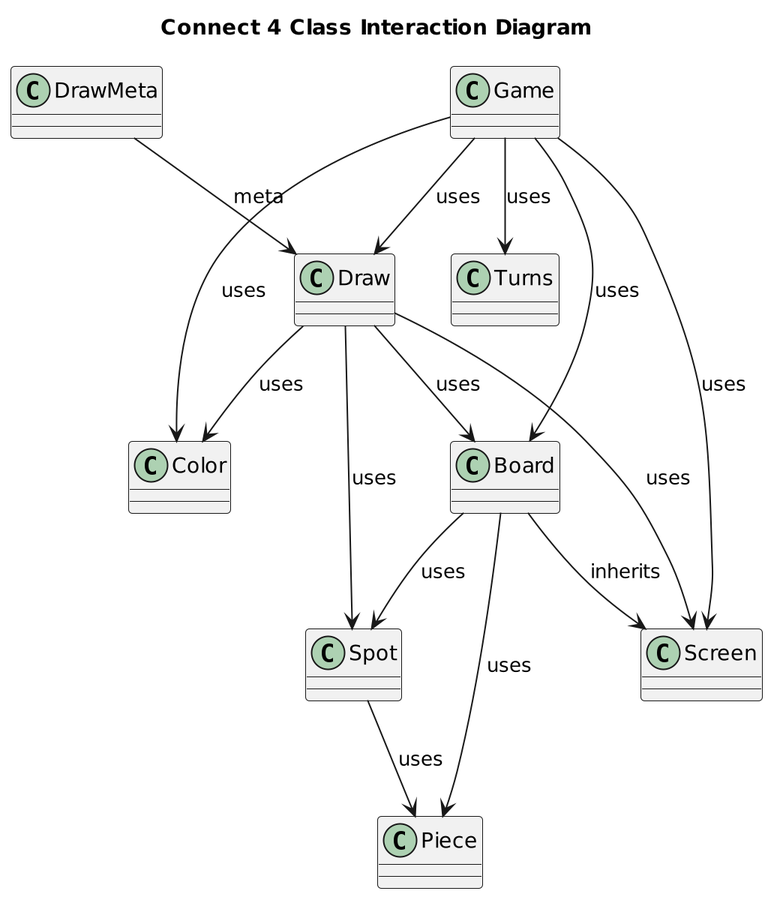
Earlier version of the PlantUML export uml/Class-Interaction.png (austin-s970/OOP-Connect4).
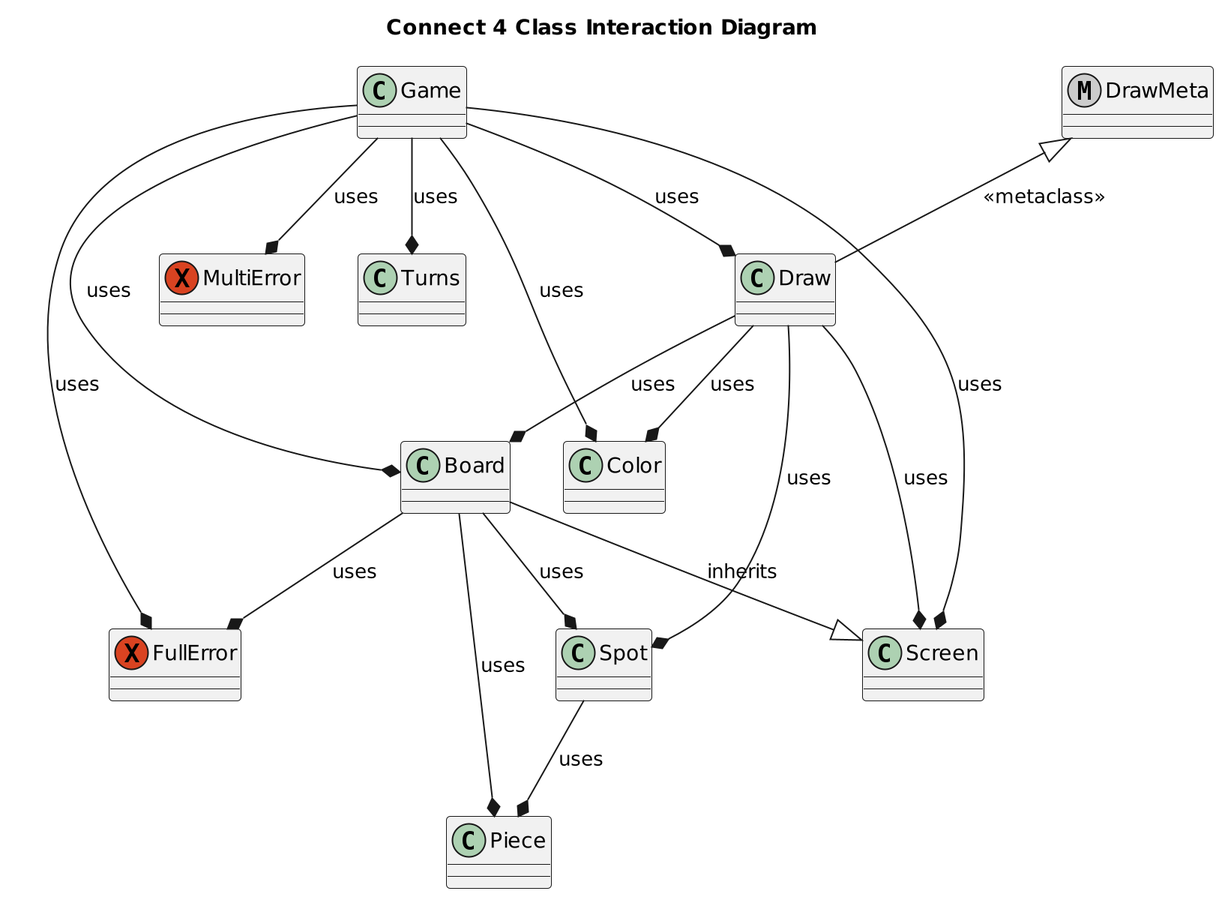
The same file after the commit.

Change to the diagram source:
```diff
@@ -22,28 +22,37 @@
 class Color {
 }
 
-class DrawMeta {
+metaclass DrawMeta {
 }
 
 class Draw {
 }
 
-Game --> Turns : uses
-Game --> Board : uses
-Game --> Screen : uses
-Game --> Color : uses
-Game --> Draw : uses
+exception FullError {
+}
 
-Board --> Screen : inherits
-Board --> Piece : uses
-Board --> Spot : uses
+exception MultiError {
+}
 
-Spot --> Piece : uses
+Game --* Turns : uses
+Game --* Board : uses
+Game --* Screen : uses
+Game --* Color : uses
+Game --* Draw : uses
+Game --* FullError : uses
+Game --* MultiError : uses
 
-DrawMeta --> Draw : meta
+Board --|> Screen : inherits
+Board --* Piece : uses
+Board --* Spot : uses
+Board --* FullError : uses
 
-Draw --> Board : uses
-Draw --> Screen : uses
-Draw --> Spot : uses
-Draw --> Color : uses
+Spot --* Piece : uses
+
+DrawMeta <|-- Draw : <<metaclass>>
+
+Draw --* Board : uses
+Draw --* Screen : uses
+Draw --* Spot : uses
+Draw --* Color : uses
 @enduml
```
